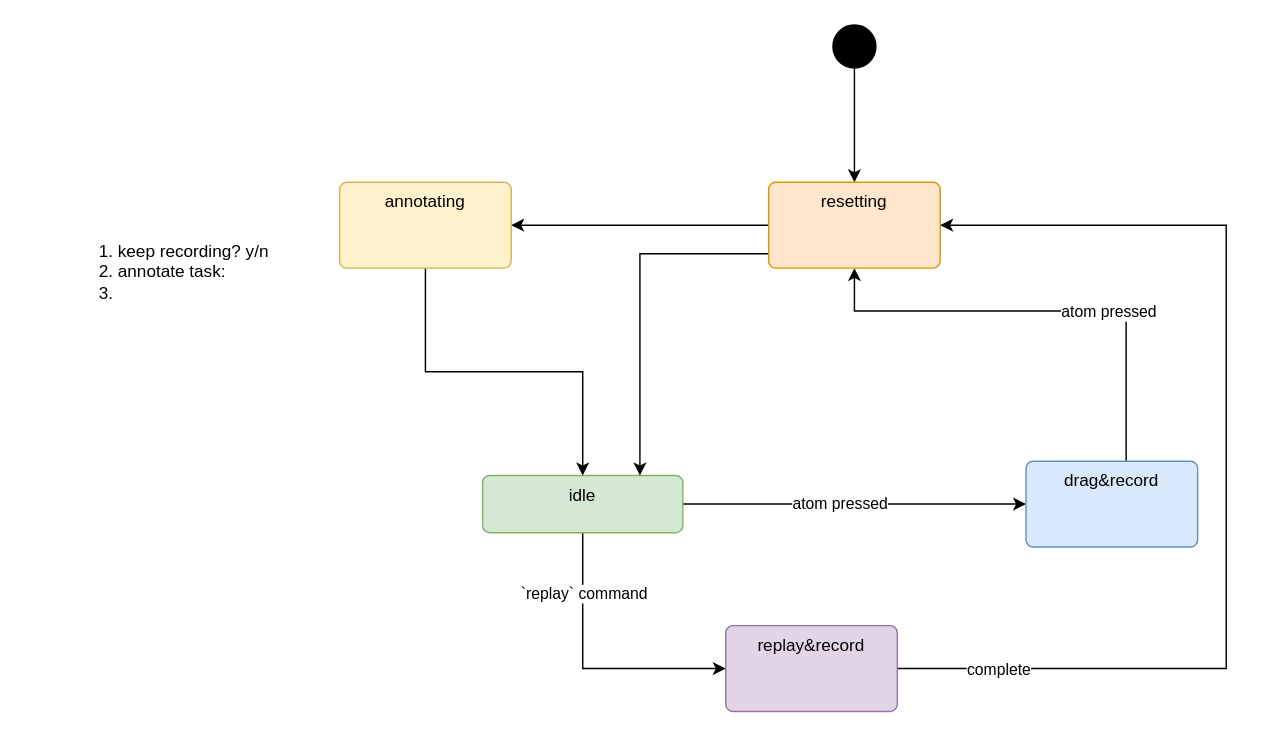
Before: page "Page-2" (2 of 2) of documents/state-diagram.drawio in Kei07170717/Autonomous-System-, a draw.io diagram. Source tidied: cells renumbered, new cells numbered last; positions are measured from the earlier drawing's top-left corner, leaving out a move shared by most shapes. Both pictures are drawn from the tidied source at 143%, with x=0, y=0 at pixel (96, 24).
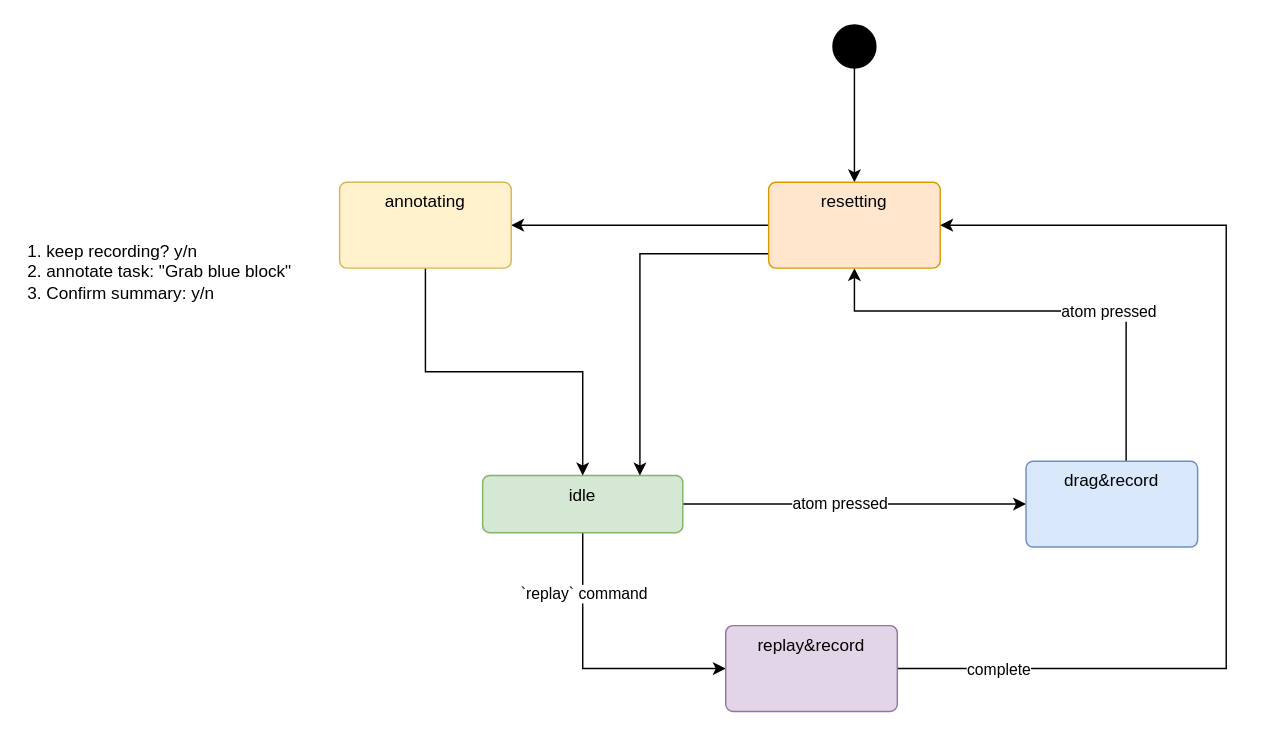
The same page after the edit.

Commit message (it also covers changes not shown here):
Added drawio cache to gitignore, added abstraction for agent in classdiagram

Change to the diagram source:
```diff
@@
-    <mxCell id="20" value="1. keep recording? y/n&lt;div&gt;2. annotate task:&amp;nbsp;&lt;/div&gt;&lt;div&gt;3.&amp;nbsp;&lt;/div&gt;" style="text;html=1;align=left;verticalAlign=middle;whiteSpace=wrap;rounded=0;" parent="1" vertex="1">
-      <mxGeometry y="125" width="160" height="95" as="geometry" />
+    <mxCell id="20" value="1. keep recording? y/n&lt;div&gt;2. annotate task: &quot;Grab blue block&quot;&lt;/div&gt;&lt;div&gt;3. Confirm summary: y/n&lt;/div&gt;" style="text;html=1;align=left;verticalAlign=middle;whiteSpace=wrap;rounded=0;" parent="1" vertex="1">
+      <mxGeometry x="-50" y="125" width="210" height="95" as="geometry" />
     </mxCell>
```
